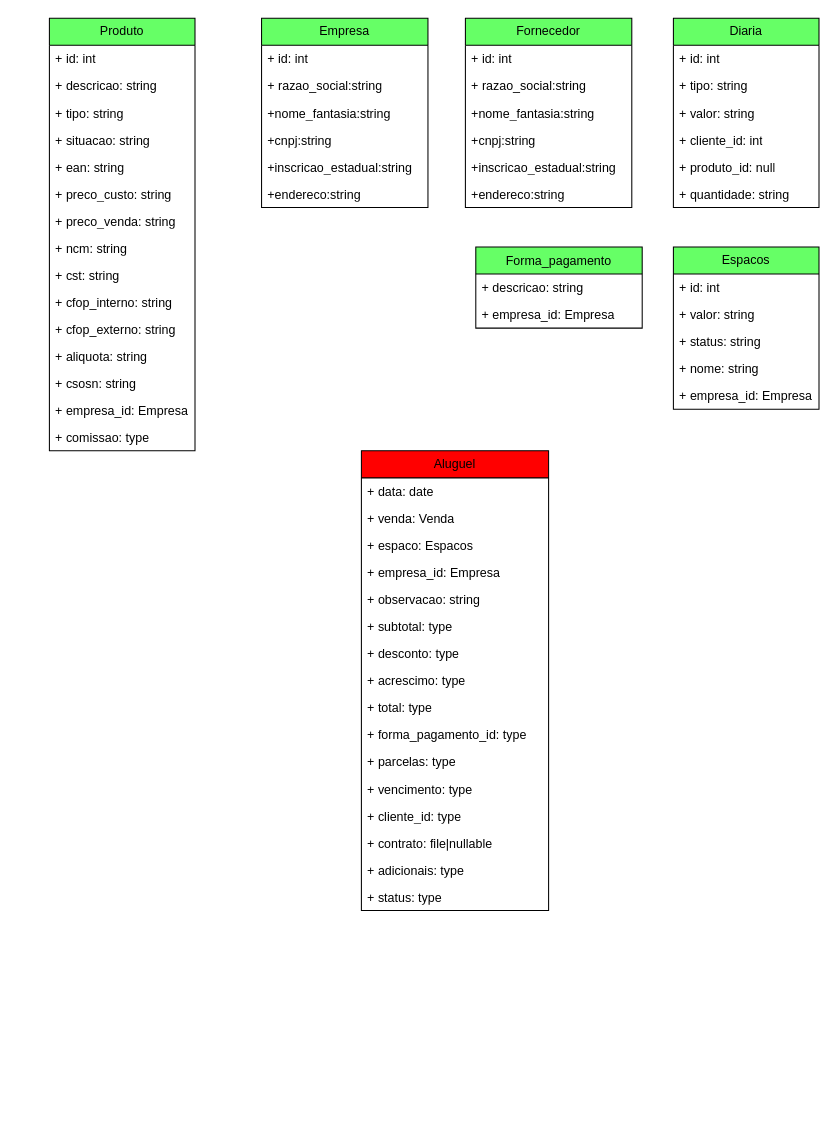
Earlier version of the draw.io diagram page "Lago" (3 of 6) of Tabelas.drawio (FSOFTSistemas/lago_sao_francisco). Source tidied: cells renumbered, new cells numbered last; positions are measured from the earlier drawing's top-left corner, leaving out a move shared by most shapes. Both pictures are drawn from the tidied source at 104%, with x=0, y=0 at pixel (49, 18).
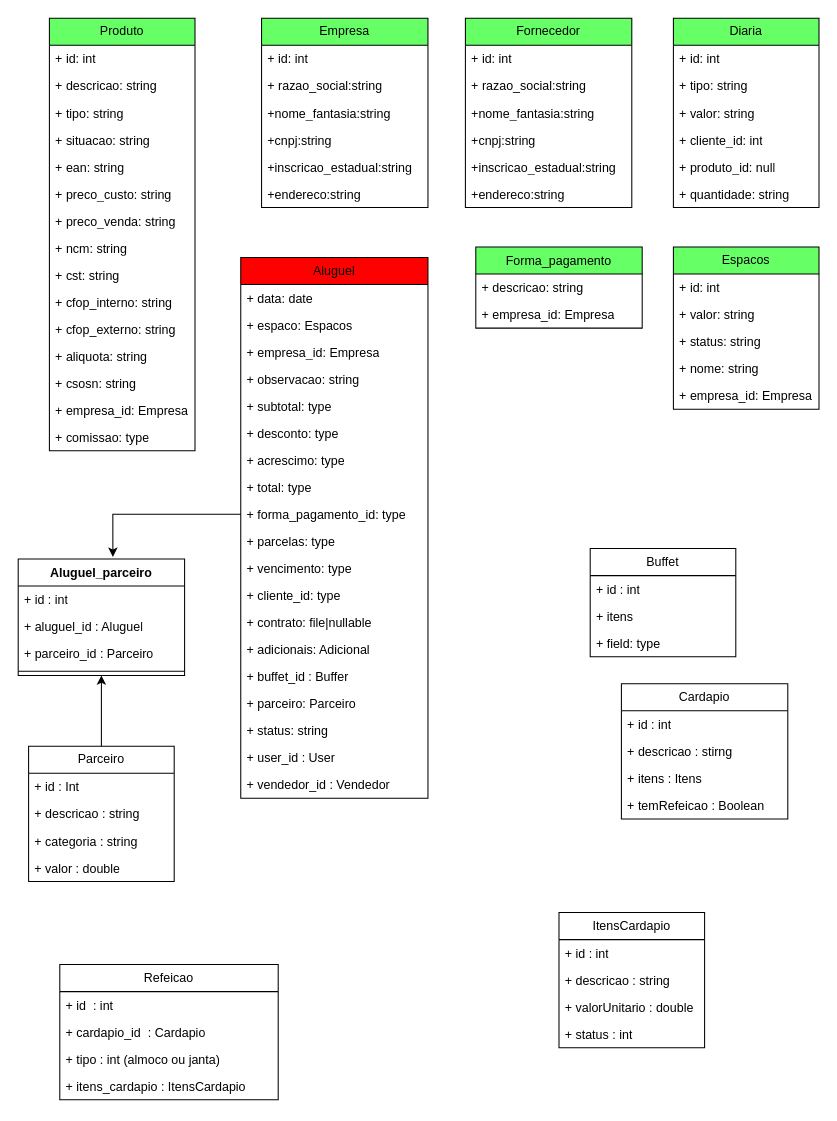
After the change.

What changed in the source:
```diff
@@
     <mxCell id="2" value="Aluguel" style="swimlane;fontStyle=0;horizontal=1;startSize=26;fillColor=#FF0000;whiteSpace=wrap;html=1;" parent="1" vertex="1">
-      <mxGeometry x="300" y="416" width="180" height="442" as="geometry" />
+      <mxGeometry x="184" y="230" width="180" height="520" as="geometry" />
     </mxCell>
@@
-    <mxCell id="4" value="+ venda: Venda" style="text;strokeColor=none;fillColor=none;align=left;verticalAlign=top;spacingLeft=4;spacingRight=4;overflow=hidden;whiteSpace=wrap;html=1;" parent="2" vertex="1">
-      <mxGeometry y="52" width="180" height="26" as="geometry" />
-    </mxCell>
     <mxCell id="5" value="+ espaco: Espacos" style="text;strokeColor=none;fillColor=none;align=left;verticalAlign=top;spacingLeft=4;spacingRight=4;overflow=hidden;whiteSpace=wrap;html=1;" parent="2" vertex="1">
-      <mxGeometry y="78" width="180" height="26" as="geometry" />
+      <mxGeometry y="52" width="180" height="26" as="geometry" />
     </mxCell>
     <mxCell id="6" value="+ empresa_id: Empresa" style="text;strokeColor=none;fillColor=none;align=left;verticalAlign=top;spacingLeft=4;spacingRight=4;overflow=hidden;whiteSpace=wrap;html=1;" parent="2" vertex="1">
-      <mxGeometry y="104" width="180" height="26" as="geometry" />
+      <mxGeometry y="78" width="180" height="26" as="geometry" />
     </mxCell>
     <mxCell id="7" value="+ observacao: string" style="text;strokeColor=none;fillColor=none;align=left;verticalAlign=top;spacingLeft=4;spacingRight=4;overflow=hidden;whiteSpace=wrap;html=1;" parent="2" vertex="1">
-      <mxGeometry y="130" width="180" height="26" as="geometry" />
+      <mxGeometry y="104" width="180" height="26" as="geometry" />
     </mxCell>
     <mxCell id="8" value="+ subtotal: type" style="text;strokeColor=none;fillColor=none;align=left;verticalAlign=top;spacingLeft=4;spacingRight=4;overflow=hidden;whiteSpace=wrap;html=1;" parent="2" vertex="1">
-      <mxGeometry y="156" width="180" height="26" as="geometry" />
+      <mxGeometry y="130" width="180" height="26" as="geometry" />
     </mxCell>
     <mxCell id="9" value="+ desconto: type" style="text;strokeColor=none;fillColor=none;align=left;verticalAlign=top;spacingLeft=4;spacingRight=4;overflow=hidden;whiteSpace=wrap;html=1;" parent="2" vertex="1">
-      <mxGeometry y="182" width="180" height="26" as="geometry" />
+      <mxGeometry y="156" width="180" height="26" as="geometry" />
     </mxCell>
     <mxCell id="10" value="+ acrescimo: type" style="text;strokeColor=none;fillColor=none;align=left;verticalAlign=top;spacingLeft=4;spacingRight=4;overflow=hidden;whiteSpace=wrap;html=1;" parent="2" vertex="1">
-      <mxGeometry y="208" width="180" height="26" as="geometry" />
+      <mxGeometry y="182" width="180" height="26" as="geometry" />
     </mxCell>
     <mxCell id="11" value="+ total: type" style="text;strokeColor=none;fillColor=none;align=left;verticalAlign=top;spacingLeft=4;spacingRight=4;overflow=hidden;whiteSpace=wrap;html=1;" parent="2" vertex="1">
-      <mxGeometry y="234" width="180" height="26" as="geometry" />
+      <mxGeometry y="208" width="180" height="26" as="geometry" />
     </mxCell>
     <mxCell id="12" value="+ forma_pagamento_id: type" style="text;strokeColor=none;fillColor=none;align=left;verticalAlign=top;spacingLeft=4;spacingRight=4;overflow=hidden;points=[[0,0.5],[1,0.5]];portConstraint=eastwest;whiteSpace=wrap;html=1;" parent="2" vertex="1">
-      <mxGeometry y="260" width="180" height="26" as="geometry" />
+      <mxGeometry y="234" width="180" height="26" as="geometry" />
     </mxCell>
     <mxCell id="13" value="+ parcelas: type" style="text;strokeColor=none;fillColor=none;align=left;verticalAlign=top;spacingLeft=4;spacingRight=4;overflow=hidden;whiteSpace=wrap;html=1;" parent="2" vertex="1">
-      <mxGeometry y="286" width="180" height="26" as="geometry" />
+      <mxGeometry y="260" width="180" height="26" as="geometry" />
     </mxCell>
     <mxCell id="14" value="+ vencimento: type" style="text;strokeColor=none;fillColor=none;align=left;verticalAlign=top;spacingLeft=4;spacingRight=4;overflow=hidden;whiteSpace=wrap;html=1;" parent="2" vertex="1">
-      <mxGeometry y="312" width="180" height="26" as="geometry" />
+      <mxGeometry y="286" width="180" height="26" as="geometry" />
     </mxCell>
     <mxCell id="15" value="+ cliente_id: type" style="text;strokeColor=none;fillColor=none;align=left;verticalAlign=top;spacingLeft=4;spacingRight=4;overflow=hidden;whiteSpace=wrap;html=1;" parent="2" vertex="1">
-      <mxGeometry y="338" width="180" height="26" as="geometry" />
+      <mxGeometry y="312" width="180" height="26" as="geometry" />
     </mxCell>
     <mxCell id="16" value="+ contrato: file|nullable" style="text;strokeColor=none;fillColor=none;align=left;verticalAlign=top;spacingLeft=4;spacingRight=4;overflow=hidden;whiteSpace=wrap;html=1;" parent="2" vertex="1">
-      <mxGeometry y="364" width="180" height="26" as="geometry" />
+      <mxGeometry y="338" width="180" height="26" as="geometry" />
     </mxCell>
-    <mxCell id="17" value="+ adicionais: type&amp;nbsp;" style="text;strokeColor=none;fillColor=none;align=left;verticalAlign=top;spacingLeft=4;spacingRight=4;overflow=hidden;whiteSpace=wrap;html=1;" parent="2" vertex="1">
-      <mxGeometry y="390" width="180" height="26" as="geometry" />
+    <mxCell id="17" value="+ adicionais: Adicional&lt;div&gt;&lt;br&gt;&lt;/div&gt;" style="text;strokeColor=none;fillColor=none;align=left;verticalAlign=top;spacingLeft=4;spacingRight=4;overflow=hidden;whiteSpace=wrap;html=1;" parent="2" vertex="1">
+      <mxGeometry y="364" width="180" height="26" as="geometry" />
     </mxCell>
+    <mxCell id="65" value="&lt;div&gt;+ b&lt;span style=&quot;background-color: transparent; color: light-dark(rgb(0, 0, 0), rgb(255, 255, 255));&quot;&gt;uffet_id : Buffer&lt;/span&gt;&lt;/div&gt;" style="text;strokeColor=none;fillColor=none;align=left;verticalAlign=top;spacingLeft=4;spacingRight=4;overflow=hidden;whiteSpace=wrap;html=1;" parent="2" vertex="1">
+      <mxGeometry y="390" width="180" height="26" as="geometry" />
+    </mxCell>
+    <mxCell id="66" value="&lt;div&gt;+ parceiro: Parceiro&lt;/div&gt;&lt;div&gt;&lt;br&gt;&lt;/div&gt;" style="text;strokeColor=none;fillColor=none;align=left;verticalAlign=top;spacingLeft=4;spacingRight=4;overflow=hidden;whiteSpace=wrap;html=1;" parent="2" vertex="1">
+      <mxGeometry y="416" width="180" height="26" as="geometry" />
+    </mxCell>
-    <mxCell id="18" value="+ status: type&amp;nbsp;" style="text;strokeColor=none;fillColor=none;align=left;verticalAlign=top;spacingLeft=4;spacingRight=4;overflow=hidden;whiteSpace=wrap;html=1;" parent="2" vertex="1">
-      <mxGeometry y="416" width="180" height="26" as="geometry" />
+    <mxCell id="18" value="+ status: string" style="text;strokeColor=none;fillColor=none;align=left;verticalAlign=top;spacingLeft=4;spacingRight=4;overflow=hidden;whiteSpace=wrap;html=1;" parent="2" vertex="1">
+      <mxGeometry y="442" width="180" height="26" as="geometry" />
     </mxCell>
+    <mxCell id="67" value="+ user_id : User" style="text;strokeColor=none;fillColor=none;align=left;verticalAlign=top;spacingLeft=4;spacingRight=4;overflow=hidden;whiteSpace=wrap;html=1;" parent="2" vertex="1">
+      <mxGeometry y="468" width="180" height="26" as="geometry" />
+    </mxCell>
+    <mxCell id="68" value="+ vendedor_id : Vendedor" style="text;strokeColor=none;fillColor=none;align=left;verticalAlign=top;spacingLeft=4;spacingRight=4;overflow=hidden;whiteSpace=wrap;html=1;" parent="2" vertex="1">
+      <mxGeometry y="494" width="180" height="26" as="geometry" />
+    </mxCell>
@@
+    <mxCell id="69" style="edgeStyle=orthogonalEdgeStyle;rounded=0;jettySize=auto;html=1;entryX=0.5;entryY=1;entryDx=0;entryDy=0;" parent="1" edge="1" source="70" target="75">
+      <mxGeometry relative="1" as="geometry" />
+    </mxCell>
+    <mxCell id="70" value="Parceiro" style="swimlane;fontStyle=0;horizontal=1;startSize=26;fillColor=none;whiteSpace=wrap;html=1;" parent="1" vertex="1">
+      <mxGeometry x="-20" y="700" width="140" height="130" as="geometry" />
+    </mxCell>
+    <mxCell id="71" value="+ id : Int" style="text;strokeColor=none;fillColor=none;align=left;verticalAlign=top;spacingLeft=4;spacingRight=4;overflow=hidden;whiteSpace=wrap;html=1;" parent="70" vertex="1">
+      <mxGeometry y="26" width="140" height="26" as="geometry" />
+    </mxCell>
+    <mxCell id="72" value="+ descricao : string" style="text;strokeColor=none;fillColor=none;align=left;verticalAlign=top;spacingLeft=4;spacingRight=4;overflow=hidden;whiteSpace=wrap;html=1;" parent="70" vertex="1">
+      <mxGeometry y="52" width="140" height="26" as="geometry" />
+    </mxCell>
+    <mxCell id="73" value="+ categoria : string" style="text;strokeColor=none;fillColor=none;align=left;verticalAlign=top;spacingLeft=4;spacingRight=4;overflow=hidden;whiteSpace=wrap;html=1;" parent="70" vertex="1">
+      <mxGeometry y="78" width="140" height="26" as="geometry" />
+    </mxCell>
+    <mxCell id="74" value="+ valor : double" style="text;strokeColor=none;fillColor=none;align=left;verticalAlign=top;spacingLeft=4;spacingRight=4;overflow=hidden;whiteSpace=wrap;html=1;" parent="70" vertex="1">
+      <mxGeometry y="104" width="140" height="26" as="geometry" />
+    </mxCell>
+    <mxCell id="75" value="Aluguel_parceiro" style="swimlane;fontStyle=1;align=center;verticalAlign=top;horizontal=1;startSize=26;whiteSpace=wrap;html=1;" parent="1" vertex="1">
+      <mxGeometry x="-30" y="520" width="160" height="112" as="geometry" />
+    </mxCell>
+    <mxCell id="76" value="+ id : int" style="text;strokeColor=none;fillColor=none;align=left;verticalAlign=top;spacingLeft=4;spacingRight=4;overflow=hidden;whiteSpace=wrap;html=1;" parent="75" vertex="1">
+      <mxGeometry y="26" width="160" height="26" as="geometry" />
+    </mxCell>
+    <mxCell id="77" value="+ aluguel_id : Aluguel" style="text;strokeColor=none;fillColor=none;align=left;verticalAlign=top;spacingLeft=4;spacingRight=4;overflow=hidden;whiteSpace=wrap;html=1;" parent="75" vertex="1">
+      <mxGeometry y="52" width="160" height="26" as="geometry" />
+    </mxCell>
+    <mxCell id="78" value="+ parceiro_id : Parceiro" style="text;strokeColor=none;fillColor=none;align=left;verticalAlign=top;spacingLeft=4;spacingRight=4;overflow=hidden;whiteSpace=wrap;html=1;" parent="75" vertex="1">
+      <mxGeometry y="78" width="160" height="26" as="geometry" />
+    </mxCell>
+    <mxCell id="79" style="line;strokeWidth=1;fillColor=none;align=left;verticalAlign=middle;spacingTop=-1;spacingLeft=3;spacingRight=3;labelPosition=right;strokeColor=inherit;" parent="75" vertex="1">
+      <mxGeometry y="104" width="160" height="8" as="geometry" />
+    </mxCell>
+    <mxCell id="80" style="edgeStyle=orthogonalEdgeStyle;rounded=0;jettySize=auto;html=1;entryX=0.569;entryY=-0.018;entryDx=0;entryDy=0;entryPerimeter=0;" parent="1" edge="1" source="12" target="75">
+      <mxGeometry relative="1" as="geometry" />
+    </mxCell>
+    <mxCell id="81" value="Cardapio" style="swimlane;fontStyle=0;horizontal=1;startSize=26;fillColor=none;whiteSpace=wrap;html=1;" parent="1" vertex="1">
+      <mxGeometry x="550" y="640" width="160" height="130" as="geometry" />
+    </mxCell>
+    <mxCell id="82" value="+ id : int" style="text;strokeColor=none;fillColor=none;align=left;verticalAlign=top;spacingLeft=4;spacingRight=4;overflow=hidden;whiteSpace=wrap;html=1;" parent="81" vertex="1">
+      <mxGeometry y="26" width="160" height="26" as="geometry" />
+    </mxCell>
+    <mxCell id="83" value="+ descricao : stirng" style="text;strokeColor=none;fillColor=none;align=left;verticalAlign=top;spacingLeft=4;spacingRight=4;overflow=hidden;whiteSpace=wrap;html=1;" parent="81" vertex="1">
+      <mxGeometry y="52" width="160" height="26" as="geometry" />
+    </mxCell>
+    <mxCell id="84" value="+ itens : Itens" style="text;strokeColor=none;fillColor=none;align=left;verticalAlign=top;spacingLeft=4;spacingRight=4;overflow=hidden;whiteSpace=wrap;html=1;" parent="81" vertex="1">
+      <mxGeometry y="78" width="160" height="26" as="geometry" />
+    </mxCell>
+    <mxCell id="85" value="+ temRefeicao : Boolean" style="text;strokeColor=none;fillColor=none;align=left;verticalAlign=top;spacingLeft=4;spacingRight=4;overflow=hidden;whiteSpace=wrap;html=1;" parent="81" vertex="1">
+      <mxGeometry y="104" width="160" height="26" as="geometry" />
+    </mxCell>
+    <mxCell id="86" value="Buffet" style="swimlane;fontStyle=0;horizontal=1;startSize=26;fillColor=none;whiteSpace=wrap;html=1;" parent="1" vertex="1">
+      <mxGeometry x="520" y="510" width="140" height="104" as="geometry" />
+    </mxCell>
+    <mxCell id="87" value="+ id : int" style="text;strokeColor=none;fillColor=none;align=left;verticalAlign=top;spacingLeft=4;spacingRight=4;overflow=hidden;whiteSpace=wrap;html=1;" parent="86" vertex="1">
+      <mxGeometry y="26" width="140" height="26" as="geometry" />
+    </mxCell>
+    <mxCell id="88" value="+ itens" style="text;strokeColor=none;fillColor=none;align=left;verticalAlign=top;spacingLeft=4;spacingRight=4;overflow=hidden;whiteSpace=wrap;html=1;" parent="86" vertex="1">
+      <mxGeometry y="52" width="140" height="26" as="geometry" />
+    </mxCell>
+    <mxCell id="89" value="+ field: type" style="text;strokeColor=none;fillColor=none;align=left;verticalAlign=top;spacingLeft=4;spacingRight=4;overflow=hidden;whiteSpace=wrap;html=1;" parent="86" vertex="1">
+      <mxGeometry y="78" width="140" height="26" as="geometry" />
+    </mxCell>
+    <mxCell id="90" value="Refeicao" style="swimlane;fontStyle=0;horizontal=1;startSize=26;fillColor=none;whiteSpace=wrap;html=1;" parent="1" vertex="1">
+      <mxGeometry x="10" y="910" width="210" height="130" as="geometry" />
+    </mxCell>
+    <mxCell id="91" value="+ id&amp;nbsp; : int" style="text;strokeColor=none;fillColor=none;align=left;verticalAlign=top;spacingLeft=4;spacingRight=4;overflow=hidden;whiteSpace=wrap;html=1;" parent="90" vertex="1">
+      <mxGeometry y="26" width="210" height="26" as="geometry" />
+    </mxCell>
+    <mxCell id="92" value="+ cardapio_id&amp;nbsp; : Cardapio" style="text;strokeColor=none;fillColor=none;align=left;verticalAlign=top;spacingLeft=4;spacingRight=4;overflow=hidden;whiteSpace=wrap;html=1;" parent="90" vertex="1">
+      <mxGeometry y="52" width="210" height="26" as="geometry" />
+    </mxCell>
+    <mxCell id="93" value="+ tipo : int (almoco ou janta)" style="text;strokeColor=none;fillColor=none;align=left;verticalAlign=top;spacingLeft=4;spacingRight=4;overflow=hidden;whiteSpace=wrap;html=1;" parent="90" vertex="1">
+      <mxGeometry y="78" width="210" height="26" as="geometry" />
+    </mxCell>
+    <mxCell id="94" value="+ itens_cardapio : ItensCardapio" style="text;strokeColor=none;fillColor=none;align=left;verticalAlign=top;spacingLeft=4;spacingRight=4;overflow=hidden;whiteSpace=wrap;html=1;" parent="90" vertex="1">
+      <mxGeometry y="104" width="210" height="26" as="geometry" />
+    </mxCell>
+    <mxCell id="95" value="ItensCardapio" style="swimlane;fontStyle=0;horizontal=1;startSize=26;fillColor=none;whiteSpace=wrap;html=1;" parent="1" vertex="1">
+      <mxGeometry x="490" y="860" width="140" height="130" as="geometry" />
+    </mxCell>
+    <mxCell id="96" value="+ id : int" style="text;strokeColor=none;fillColor=none;align=left;verticalAlign=top;spacingLeft=4;spacingRight=4;overflow=hidden;whiteSpace=wrap;html=1;" parent="95" vertex="1">
+      <mxGeometry y="26" width="140" height="26" as="geometry" />
+    </mxCell>
+    <mxCell id="97" value="+ descricao : string" style="text;strokeColor=none;fillColor=none;align=left;verticalAlign=top;spacingLeft=4;spacingRight=4;overflow=hidden;whiteSpace=wrap;html=1;" parent="95" vertex="1">
+      <mxGeometry y="52" width="140" height="26" as="geometry" />
+    </mxCell>
+    <mxCell id="98" value="+ valorUnitario : double" style="text;strokeColor=none;fillColor=none;align=left;verticalAlign=top;spacingLeft=4;spacingRight=4;overflow=hidden;whiteSpace=wrap;html=1;" parent="95" vertex="1">
+      <mxGeometry y="78" width="140" height="26" as="geometry" />
+    </mxCell>
+    <mxCell id="99" value="+ status : int" style="text;strokeColor=none;fillColor=none;align=left;verticalAlign=top;spacingLeft=4;spacingRight=4;overflow=hidden;whiteSpace=wrap;html=1;" parent="95" vertex="1">
+      <mxGeometry y="104" width="140" height="26" as="geometry" />
+    </mxCell>
```
